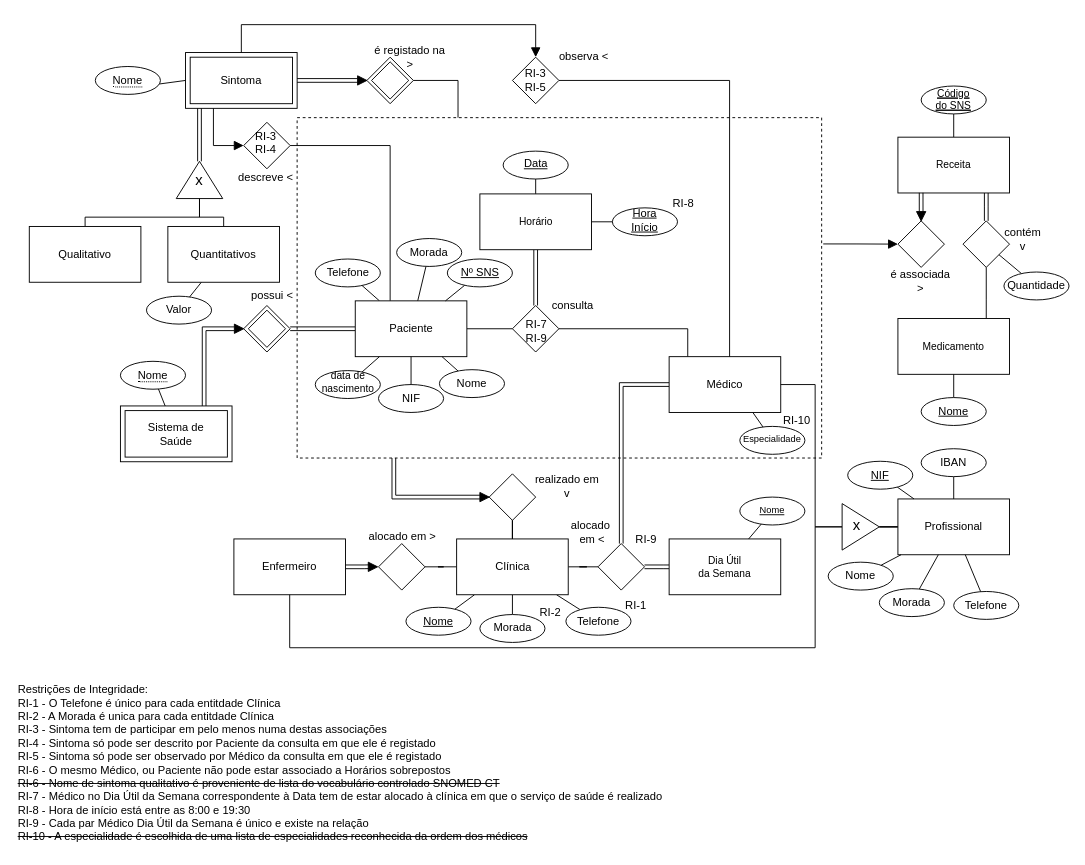
SrGesus/bd-projects-23 keeps this draw.io diagram as page "Page-1" (1 of 2) of p01/EA-Diagram.drawio. Above is the earlier version. Source tidied: cells renumbered, new cells numbered last; positions are measured from the earlier drawing's top-left corner, leaving out a move shared by most shapes. Both pictures are drawn from the tidied source at 93%, with x=0, y=0 at pixel (16, 24).
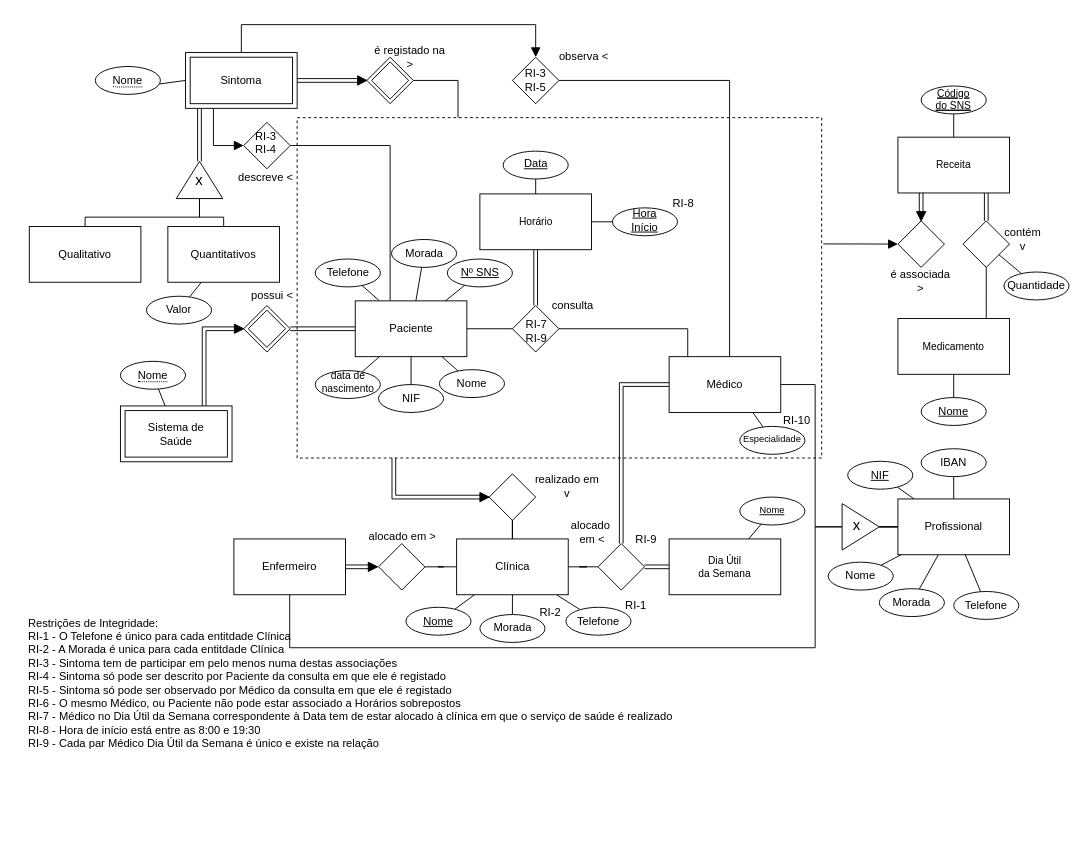
The same diagram, later.

Change to the diagram source:
```diff
@@
-    <mxCell id="5" value="&lt;div align=&quot;left&quot;&gt;Restrições de Integridade:&lt;/div&gt;&lt;div align=&quot;left&quot;&gt;RI-1 - O Telefone é único para cada entitdade Clínica&lt;br&gt;RI-2 - A Morada é unica para cada entitdade Clínica&lt;br&gt;&lt;/div&gt;&lt;div align=&quot;left&quot;&gt;RI-3 - Sintoma tem de participar em pelo menos numa destas associações&lt;br&gt;&lt;/div&gt;&lt;div&gt;RI-4 - Sintoma só pode ser descrito por Paciente da consulta em que ele é registado&lt;/div&gt;&lt;div&gt;RI-5 - Sintoma só pode ser observado por Médico da consulta em que ele é registado&lt;/div&gt;&lt;div&gt;&lt;div&gt;RI-6 - O mesmo Médico, ou Paciente não pode estar associado a Horários sobrepostos&lt;/div&gt;&lt;/div&gt;&lt;div&gt;&lt;strike&gt;RI-6 - Nome de sintoma qualitativo é proveniente de lista do vocabulário controlado SNOMED CT&lt;/strike&gt;&lt;br&gt;&lt;/div&gt;&lt;div&gt;RI-7 - Médico no Dia Útil da Semana correspondente à Data tem de estar alocado à clínica em que o serviço de saúde é realizado&lt;br&gt;RI-8 - Hora de início está entre as 8:00 e 19:30&lt;/div&gt;&lt;div&gt;RI-9 - Cada par Médico Dia Útil da Semana é único e existe na relação&lt;br&gt;&lt;/div&gt;&lt;div&gt;&lt;strike&gt;RI-10 - A especialidade é escolhida de uma lista de especialidades reconhecida da ordem dos médicos&lt;/strike&gt;&lt;br&gt;&lt;/div&gt;" style="text;html=1;align=left;verticalAlign=middle;strokeColor=none;fillColor=none;" parent="1" vertex="1">
-      <mxGeometry y="701" width="691" height="185" as="geometry" />
+    <mxCell id="5" value="&lt;div align=&quot;left&quot;&gt;Restrições de Integridade:&lt;/div&gt;&lt;div align=&quot;left&quot;&gt;RI-1 - O Telefone é único para cada entitdade Clínica&lt;br&gt;RI-2 - A Morada é unica para cada entitdade Clínica&lt;br&gt;&lt;/div&gt;&lt;div align=&quot;left&quot;&gt;RI-3 - Sintoma tem de participar em pelo menos numa destas associações&lt;br&gt;&lt;/div&gt;&lt;div&gt;RI-4 - Sintoma só pode ser descrito por Paciente da consulta em que ele é registado&lt;/div&gt;&lt;div&gt;RI-5 - Sintoma só pode ser observado por Médico da consulta em que ele é registado&lt;/div&gt;&lt;div&gt;&lt;div&gt;RI-6 - O mesmo Médico, ou Paciente não pode estar associado a Horários sobrepostos&lt;/div&gt;&lt;/div&gt;&lt;div&gt;RI-7 - Médico no Dia Útil da Semana correspondente à Data tem de estar alocado à clínica em que o serviço de saúde é realizado&lt;br&gt;RI-8 - Hora de início está entre as 8:00 e 19:30&lt;/div&gt;&lt;div&gt;RI-9 - Cada par Médico Dia Útil da Semana é único e existe na relação&lt;br&gt;&lt;/div&gt;" style="text;html=1;align=left;verticalAlign=middle;strokeColor=none;fillColor=none;" parent="1" vertex="1">
+      <mxGeometry x="11" y="630" width="691" height="156" as="geometry" />
     </mxCell>
@@
     <mxCell id="30" value="Morada" style="ellipse;whiteSpace=wrap;html=1;align=center;fontStyle=0;" parent="1" vertex="1">
-      <mxGeometry x="409" y="230" width="70" height="30" as="geometry" />
+      <mxGeometry x="403.5" y="231" width="70" height="30" as="geometry" />
     </mxCell>
```
